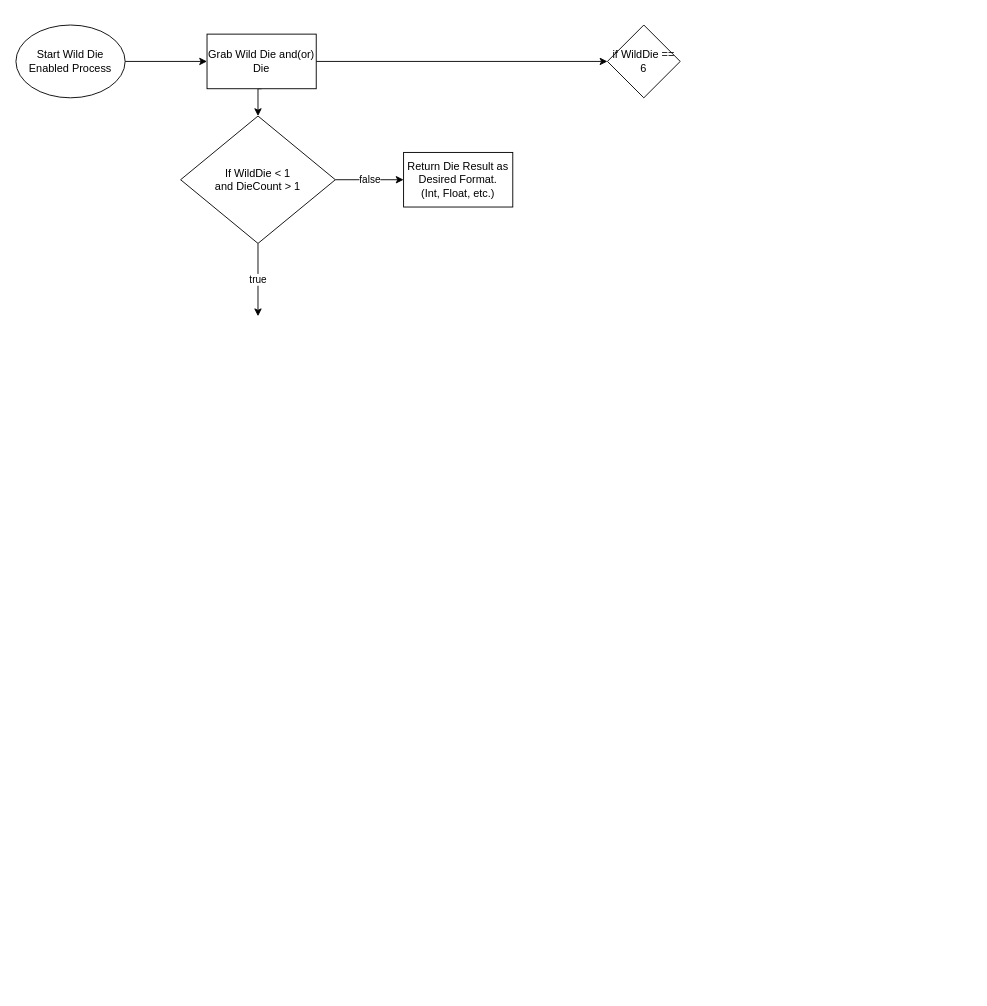
The draw.io diagram Wireframes/OpenD6Diagrams/ProjectIlmatar_ OpenD6_WildDieEnabledProcess_5.9.2021.drawio in RPG-Research/bcirpg, before the edit. Source tidied: cells renumbered, new cells numbered last; positions are measured from the earlier drawing's top-left corner, leaving out a move shared by most shapes. Both pictures are drawn from the tidied source at 91%, with x=0, y=0 at pixel (15, 25).
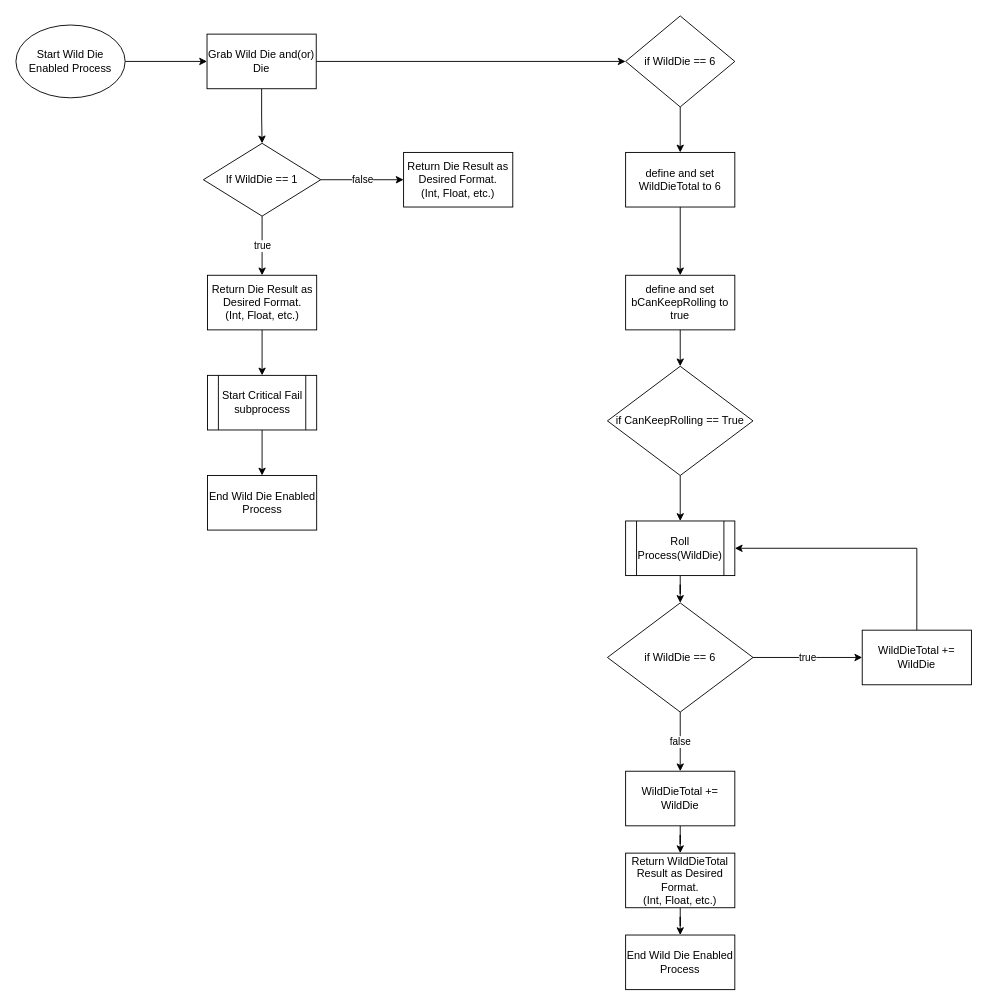
The same diagram, later.

Commit message (it also covers changes not shown here):
Updated Wild Die Diagrams

The edit, as a diff of the source:
```diff
@@
+    <mxCell id="12" style="edgeStyle=orthogonalEdgeStyle;rounded=0;jettySize=auto;html=1;exitX=0.5;exitY=1;exitDx=0;exitDy=0;entryX=0.5;entryY=0;entryDx=0;entryDy=0;" parent="1" edge="1" source="4" target="28">
+      <mxGeometry relative="1" as="geometry" />
+    </mxCell>
     <mxCell id="4" value="if WildDie == 6" style="rhombus;whiteSpace=wrap;html=1;" parent="1" vertex="1">
-      <mxGeometry x="650" width="80" height="80" as="geometry" />
+      <mxGeometry x="670" y="-10" width="120" height="100" as="geometry" />
     </mxCell>
@@
-    <mxCell id="9" value="true" style="edgeStyle=orthogonalEdgeStyle;rounded=0;jettySize=auto;html=1;exitX=0.5;exitY=1;exitDx=0;exitDy=0;" parent="1" edge="1" source="10">
-      <mxGeometry relative="1" as="geometry">
-        <mxPoint x="266" y="320" as="targetPoint" />
-      </mxGeometry>
+    <mxCell id="9" value="true" style="edgeStyle=orthogonalEdgeStyle;rounded=0;jettySize=auto;html=1;exitX=0.5;exitY=1;exitDx=0;exitDy=0;entryX=0.5;entryY=0;entryDx=0;entryDy=0;" parent="1" edge="1" source="10" target="14">
+      <mxGeometry relative="1" as="geometry" />
     </mxCell>
-    <mxCell id="10" value="If WildDie &amp;lt; 1&lt;br&gt;and DieCount &amp;gt; 1" style="rhombus;whiteSpace=wrap;html=1;" parent="1" vertex="1">
-      <mxGeometry x="181" y="100" width="170" height="140" as="geometry" />
+    <mxCell id="10" value="If WildDie == 1" style="rhombus;whiteSpace=wrap;html=1;" parent="1" vertex="1">
+      <mxGeometry x="206" y="130" width="129" height="80" as="geometry" />
     </mxCell>
@@
+    <mxCell id="13" style="edgeStyle=orthogonalEdgeStyle;rounded=0;jettySize=auto;html=1;entryX=0.5;entryY=0;entryDx=0;entryDy=0;" parent="1" edge="1" source="14" target="16">
+      <mxGeometry relative="1" as="geometry" />
+    </mxCell>
+    <mxCell id="14" value="Return Die Result as Desired Format.&lt;br&gt;(Int, Float, etc.)" style="whiteSpace=wrap;html=1;" parent="1" vertex="1">
+      <mxGeometry x="210.5" y="275" width="120" height="60" as="geometry" />
+    </mxCell>
+    <mxCell id="15" style="edgeStyle=orthogonalEdgeStyle;rounded=0;jettySize=auto;html=1;entryX=0.5;entryY=0;entryDx=0;entryDy=0;" parent="1" edge="1" source="16" target="17">
+      <mxGeometry relative="1" as="geometry" />
+    </mxCell>
+    <mxCell id="16" value="Start Critical Fail subprocess" style="shape=process;whiteSpace=wrap;html=1;backgroundOutline=1;" parent="1" vertex="1">
+      <mxGeometry x="210.5" y="385" width="120" height="60" as="geometry" />
+    </mxCell>
+    <mxCell id="17" value="End Wild Die Enabled&lt;br&gt;Process" style="rounded=0;whiteSpace=wrap;html=1;" parent="1" vertex="1">
+      <mxGeometry x="210.5" y="495" width="120" height="60" as="geometry" />
+    </mxCell>
+    <mxCell id="18" style="edgeStyle=orthogonalEdgeStyle;rounded=0;jettySize=auto;html=1;exitX=0.5;exitY=1;exitDx=0;exitDy=0;entryX=0.5;entryY=0;entryDx=0;entryDy=0;" parent="1" edge="1" source="19" target="23">
+      <mxGeometry relative="1" as="geometry" />
+    </mxCell>
+    <mxCell id="19" value="if CanKeepRolling == True" style="rhombus;whiteSpace=wrap;html=1;" parent="1" vertex="1">
+      <mxGeometry x="650" y="375" width="160" height="120" as="geometry" />
+    </mxCell>
+    <mxCell id="20" style="edgeStyle=orthogonalEdgeStyle;rounded=0;jettySize=auto;html=1;exitX=0.5;exitY=1;exitDx=0;exitDy=0;entryX=0.5;entryY=0;entryDx=0;entryDy=0;" parent="1" edge="1" source="21" target="19">
+      <mxGeometry relative="1" as="geometry" />
+    </mxCell>
+    <mxCell id="21" value="define and set bCanKeepRolling to true" style="whiteSpace=wrap;html=1;" parent="1" vertex="1">
+      <mxGeometry x="670" y="275" width="120" height="60" as="geometry" />
+    </mxCell>
+    <mxCell id="22" style="edgeStyle=orthogonalEdgeStyle;rounded=0;jettySize=auto;html=1;" parent="1" edge="1" source="23" target="26">
+      <mxGeometry relative="1" as="geometry" />
+    </mxCell>
+    <mxCell id="23" value="Roll Process(WildDie)" style="shape=process;whiteSpace=wrap;html=1;backgroundOutline=1;" parent="1" vertex="1">
+      <mxGeometry x="670" y="545" width="120" height="60" as="geometry" />
+    </mxCell>
+    <mxCell id="24" value="true" style="edgeStyle=orthogonalEdgeStyle;rounded=0;jettySize=auto;html=1;exitX=1;exitY=0.5;exitDx=0;exitDy=0;entryX=0;entryY=0.5;entryDx=0;entryDy=0;" parent="1" edge="1" source="26" target="33">
+      <mxGeometry relative="1" as="geometry" />
+    </mxCell>
+    <mxCell id="25" value="false" style="edgeStyle=orthogonalEdgeStyle;rounded=0;jettySize=auto;html=1;exitX=0.5;exitY=1;exitDx=0;exitDy=0;entryX=0.5;entryY=0;entryDx=0;entryDy=0;" parent="1" edge="1" source="26" target="35">
+      <mxGeometry relative="1" as="geometry" />
+    </mxCell>
+    <mxCell id="26" value="if WildDie == 6" style="rhombus;whiteSpace=wrap;html=1;" parent="1" vertex="1">
+      <mxGeometry x="650" y="635" width="160" height="120" as="geometry" />
+    </mxCell>
+    <mxCell id="27" style="edgeStyle=orthogonalEdgeStyle;rounded=0;jettySize=auto;html=1;exitX=0.5;exitY=1;exitDx=0;exitDy=0;" parent="1" edge="1" source="28" target="21">
+      <mxGeometry relative="1" as="geometry" />
+    </mxCell>
+    <mxCell id="28" value="define and set&lt;br&gt;WildDieTotal to 6" style="whiteSpace=wrap;html=1;" parent="1" vertex="1">
+      <mxGeometry x="670" y="140" width="120" height="60" as="geometry" />
+    </mxCell>
+    <mxCell id="29" style="edgeStyle=orthogonalEdgeStyle;rounded=0;jettySize=auto;html=1;exitX=0.5;exitY=1;exitDx=0;exitDy=0;" parent="1" edge="1" source="30" target="31">
+      <mxGeometry relative="1" as="geometry" />
+    </mxCell>
+    <mxCell id="30" value="Return WildDieTotal Result as Desired Format.&lt;br&gt;(Int, Float, etc.)" style="whiteSpace=wrap;html=1;" parent="1" vertex="1">
+      <mxGeometry x="670" y="910" width="120" height="60" as="geometry" />
+    </mxCell>
+    <mxCell id="31" value="End Wild Die Enabled&lt;br&gt;Process" style="rounded=0;whiteSpace=wrap;html=1;" parent="1" vertex="1">
+      <mxGeometry x="670" y="1000" width="120" height="60" as="geometry" />
+    </mxCell>
+    <mxCell id="32" style="edgeStyle=orthogonalEdgeStyle;rounded=0;jettySize=auto;html=1;exitX=0.5;exitY=0;exitDx=0;exitDy=0;entryX=1;entryY=0.5;entryDx=0;entryDy=0;" parent="1" edge="1" source="33" target="23">
+      <mxGeometry relative="1" as="geometry" />
+    </mxCell>
+    <mxCell id="33" value="WildDieTotal += WildDie" style="rounded=0;whiteSpace=wrap;html=1;" parent="1" vertex="1">
+      <mxGeometry x="930" y="665" width="120" height="60" as="geometry" />
+    </mxCell>
+    <mxCell id="34" style="edgeStyle=orthogonalEdgeStyle;rounded=0;jettySize=auto;html=1;exitX=0.5;exitY=1;exitDx=0;exitDy=0;" parent="1" edge="1" source="35" target="30">
+      <mxGeometry relative="1" as="geometry" />
+    </mxCell>
+    <mxCell id="35" value="WildDieTotal += WildDie" style="rounded=0;whiteSpace=wrap;html=1;" parent="1" vertex="1">
+      <mxGeometry x="670" y="820" width="120" height="60" as="geometry" />
+    </mxCell>
```
